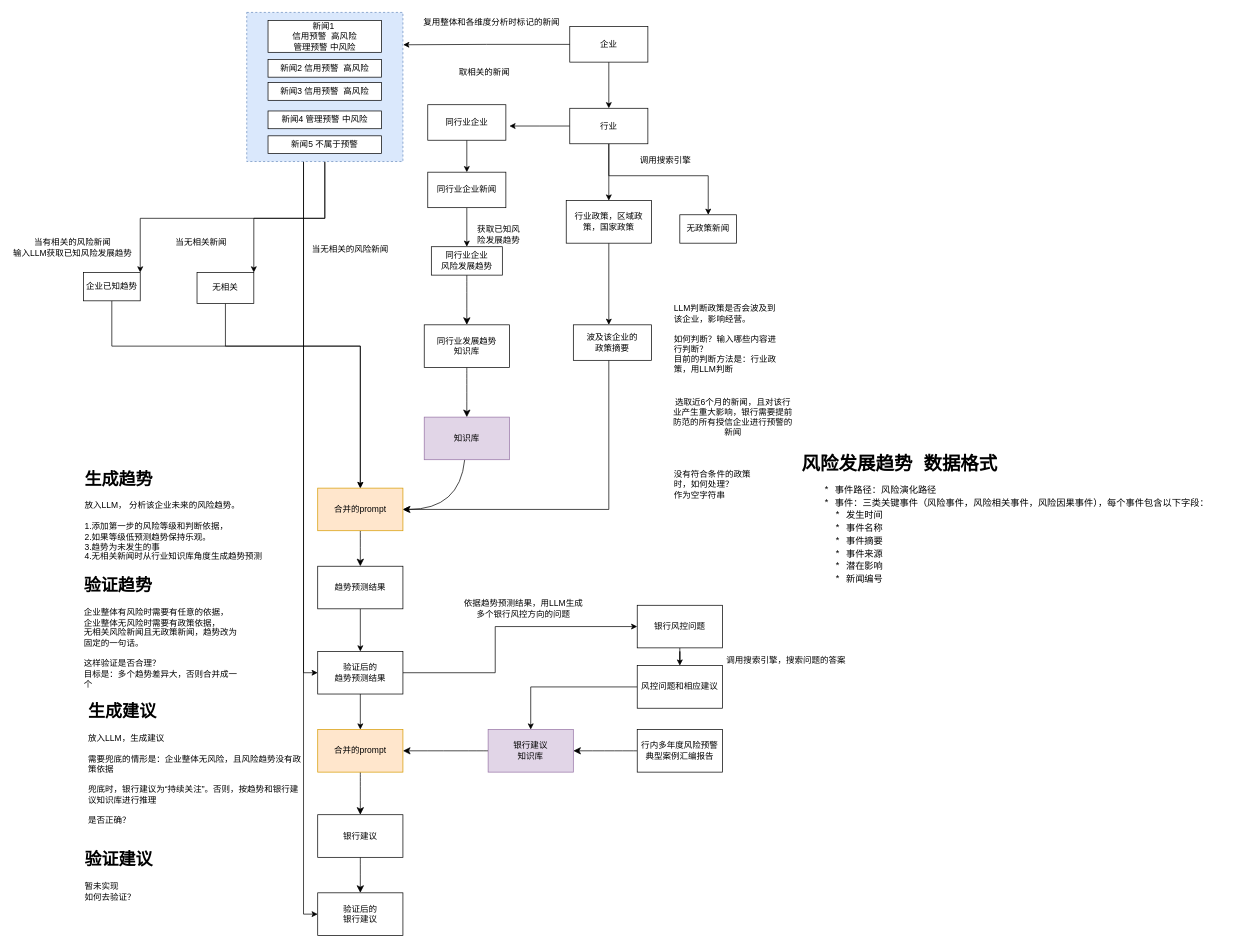
Above: page "趋势预测" (1 of 2) of 舆情分析.drawio in brothermaster/draw (draw.io), before the change. Source tidied: cells renumbered, new cells numbered last; positions are measured from the earlier drawing's top-left corner, leaving out a move shared by most shapes. Both pictures are drawn from the tidied source at 71%, with x=0, y=0 at pixel (12, 12).
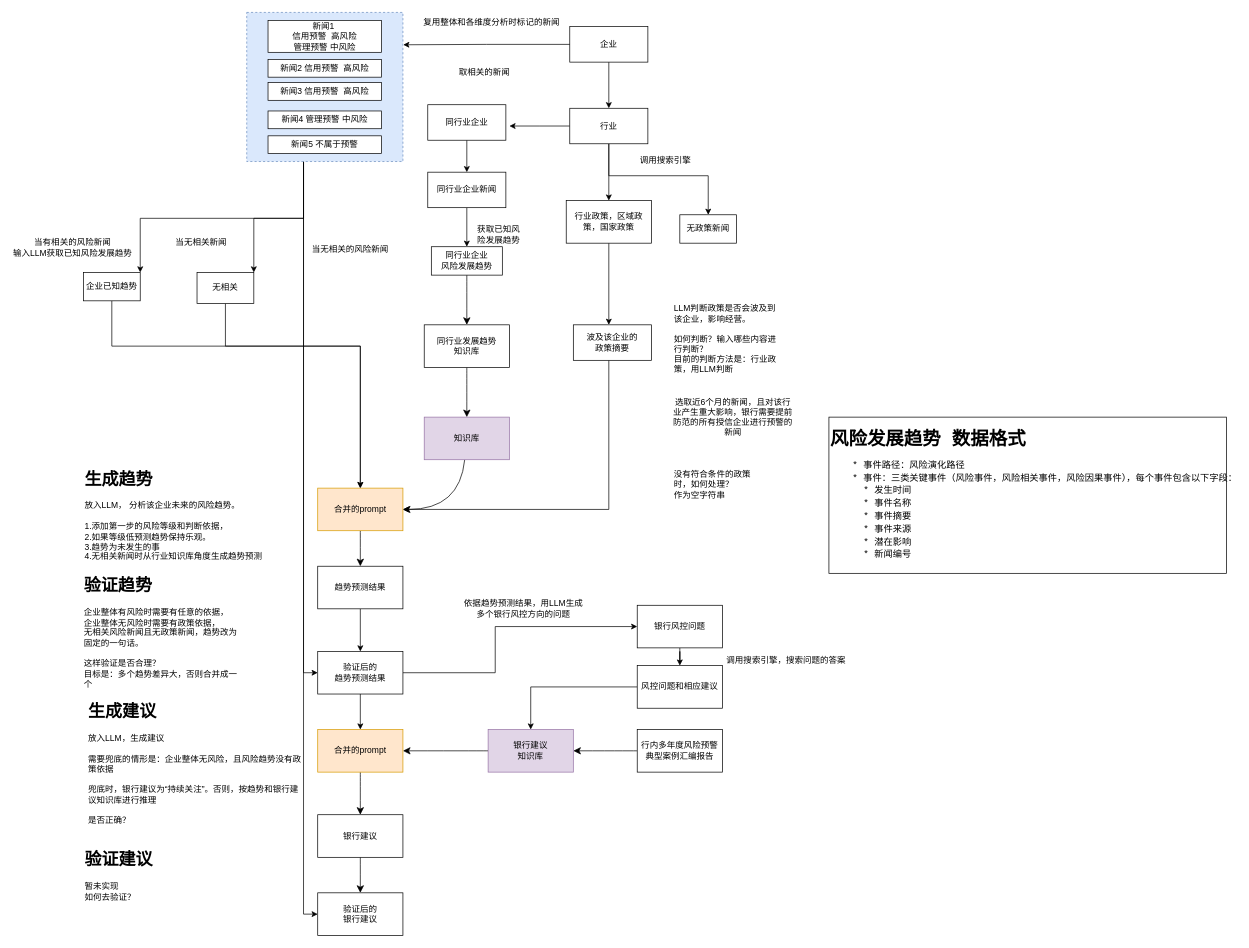
After the change.

The change refers to these unchanged cells:
```xml
<mxCell id="12" value="企业已知趋势" style="rounded=0;whiteSpace=wrap;html=1;" parent="1" vertex="1">
  <mxGeometry x="100" y="366.2" width="80" height="40" as="geometry" />
</mxCell>
<mxCell id="37" style="rounded=0;whiteSpace=wrap;html=1;dashed=1;fillColor=#dae8fc;strokeColor=#6c8ebf;" parent="1" vertex="1">
  <mxGeometry x="330" width="220" height="210" as="geometry" />
</mxCell>
<mxCell id="57" value="无相关" style="html=1;whiteSpace=wrap;" parent="1" vertex="1">
  <mxGeometry x="260" y="366.2" width="80" height="43.8" as="geometry" />
</mxCell>
```

The edit, as a diff of the source:
```diff
@@
-    <mxCell id="17" value="&lt;div style=&quot;font-family: Consolas, &amp;quot;Courier New&amp;quot;, monospace; font-weight: normal; font-size: 13px; line-height: 18px; white-space: pre;&quot;&gt;&lt;div style=&quot;&quot;&gt;&lt;h1 style=&quot;&quot;&gt;风险发展趋势 数据格式&lt;/h1&gt;&lt;font&gt;&lt;font style=&quot;color: rgb(0, 0, 0);&quot;&gt;&amp;nbsp; &amp;nbsp; * 事件路径：风险演化路径&lt;br&gt;&lt;/font&gt;&lt;font style=&quot;color: rgb(0, 0, 0);&quot;&gt;    * 事件：三类关键事件（风险事件，风险相关事件，风险因果事件），每个事件包含以下字段：&lt;/font&gt;&lt;/font&gt;&lt;/div&gt;&lt;div style=&quot;&quot;&gt;&lt;span style=&quot;color: rgb(206, 145, 120);&quot;&gt;&lt;font style=&quot;color: rgb(0, 0, 0);&quot;&gt;&amp;nbsp; &amp;nbsp; &amp;nbsp; * 发生时间&lt;/font&gt;&lt;/span&gt;&lt;/div&gt;&lt;div style=&quot;&quot;&gt;&lt;span style=&quot;color: rgb(206, 145, 120);&quot;&gt;&lt;font style=&quot;color: rgb(0, 0, 0);&quot;&gt;&amp;nbsp; &amp;nbsp; &amp;nbsp; * 事件名称&lt;/font&gt;&lt;/span&gt;&lt;/div&gt;&lt;div style=&quot;&quot;&gt;&lt;span style=&quot;color: rgb(206, 145, 120);&quot;&gt;&lt;font style=&quot;color: rgb(0, 0, 0);&quot;&gt;&amp;nbsp; &amp;nbsp; &amp;nbsp; * 事件摘要&lt;/font&gt;&lt;/span&gt;&lt;/div&gt;&lt;div style=&quot;&quot;&gt;&lt;span style=&quot;color: rgb(206, 145, 120);&quot;&gt;&lt;font style=&quot;color: rgb(0, 0, 0);&quot;&gt;&amp;nbsp; &amp;nbsp; &amp;nbsp; * 事件来源&lt;/font&gt;&lt;/span&gt;&lt;/div&gt;&lt;div style=&quot;&quot;&gt;&lt;span style=&quot;color: rgb(206, 145, 120);&quot;&gt;&lt;font style=&quot;color: rgb(0, 0, 0);&quot;&gt;&amp;nbsp; &amp;nbsp; &amp;nbsp; * 潜在影响&lt;/font&gt;&lt;/span&gt;&lt;/div&gt;&lt;div style=&quot;&quot;&gt;&lt;span style=&quot;color: rgb(206, 145, 120);&quot;&gt;&lt;font style=&quot;color: rgb(0, 0, 0);&quot;&gt;&amp;nbsp; &amp;nbsp; &amp;nbsp; * 新闻编号&lt;/font&gt;&lt;/span&gt;&lt;/div&gt;&lt;/div&gt;" style="text;whiteSpace=wrap;html=1;" parent="1" vertex="1">
-      <mxGeometry x="1110" y="605" width="560" height="220" as="geometry" />
+    <mxCell id="17" value="&lt;div style=&quot;font-family: Consolas, &amp;quot;Courier New&amp;quot;, monospace; font-weight: normal; font-size: 13px; line-height: 18px; white-space: pre;&quot;&gt;&lt;div style=&quot;&quot;&gt;&lt;h1 style=&quot;&quot;&gt;风险发展趋势 数据格式&lt;/h1&gt;&lt;font&gt;&lt;font style=&quot;color: rgb(0, 0, 0);&quot;&gt;&amp;nbsp; &amp;nbsp; * 事件路径：风险演化路径&lt;br&gt;&lt;/font&gt;&lt;font style=&quot;color: rgb(0, 0, 0);&quot;&gt;    * 事件：三类关键事件（风险事件，风险相关事件，风险因果事件），每个事件包含以下字段：&lt;/font&gt;&lt;/font&gt;&lt;/div&gt;&lt;div style=&quot;&quot;&gt;&lt;span style=&quot;color: rgb(206, 145, 120);&quot;&gt;&lt;font style=&quot;color: rgb(0, 0, 0);&quot;&gt;&amp;nbsp; &amp;nbsp; &amp;nbsp; * 发生时间&lt;/font&gt;&lt;/span&gt;&lt;/div&gt;&lt;div style=&quot;&quot;&gt;&lt;span style=&quot;color: rgb(206, 145, 120);&quot;&gt;&lt;font style=&quot;color: rgb(0, 0, 0);&quot;&gt;&amp;nbsp; &amp;nbsp; &amp;nbsp; * 事件名称&lt;/font&gt;&lt;/span&gt;&lt;/div&gt;&lt;div style=&quot;&quot;&gt;&lt;span style=&quot;color: rgb(206, 145, 120);&quot;&gt;&lt;font style=&quot;color: rgb(0, 0, 0);&quot;&gt;&amp;nbsp; &amp;nbsp; &amp;nbsp; * 事件摘要&lt;/font&gt;&lt;/span&gt;&lt;/div&gt;&lt;div style=&quot;&quot;&gt;&lt;span style=&quot;color: rgb(206, 145, 120);&quot;&gt;&lt;font style=&quot;color: rgb(0, 0, 0);&quot;&gt;&amp;nbsp; &amp;nbsp; &amp;nbsp; * 事件来源&lt;/font&gt;&lt;/span&gt;&lt;/div&gt;&lt;div style=&quot;&quot;&gt;&lt;span style=&quot;color: rgb(206, 145, 120);&quot;&gt;&lt;font style=&quot;color: rgb(0, 0, 0);&quot;&gt;&amp;nbsp; &amp;nbsp; &amp;nbsp; * 潜在影响&lt;/font&gt;&lt;/span&gt;&lt;/div&gt;&lt;div style=&quot;&quot;&gt;&lt;span style=&quot;color: rgb(206, 145, 120);&quot;&gt;&lt;font style=&quot;color: rgb(0, 0, 0);&quot;&gt;&amp;nbsp; &amp;nbsp; &amp;nbsp; * 新闻编号&lt;/font&gt;&lt;/span&gt;&lt;/div&gt;&lt;/div&gt;" style="text;whiteSpace=wrap;html=1;strokeColor=default;" parent="1" vertex="1">
+      <mxGeometry x="1150" y="570" width="560" height="220" as="geometry" />
     </mxCell>
@@
     <mxCell id="33" style="edgeStyle=orthogonalEdgeStyle;rounded=0;jettySize=auto;html=1;entryX=1;entryY=0;entryDx=0;entryDy=0;" parent="1" edge="1" source="37" target="57">
       <mxGeometry relative="1" as="geometry">
         <Array as="points">
-          <mxPoint x="440" y="290" />
+          <mxPoint x="410" y="290" />
           <mxPoint x="340" y="290" />
         </Array>
       </mxGeometry>
     </mxCell>
     <mxCell id="34" style="edgeStyle=orthogonalEdgeStyle;rounded=0;jettySize=auto;html=1;entryX=1;entryY=0;entryDx=0;entryDy=0;" parent="1" edge="1" source="37" target="12">
       <mxGeometry relative="1" as="geometry">
         <Array as="points">
-          <mxPoint x="440" y="290" />
+          <mxPoint x="410" y="290" />
           <mxPoint x="180" y="290" />
         </Array>
       </mxGeometry>
     </mxCell>
```
